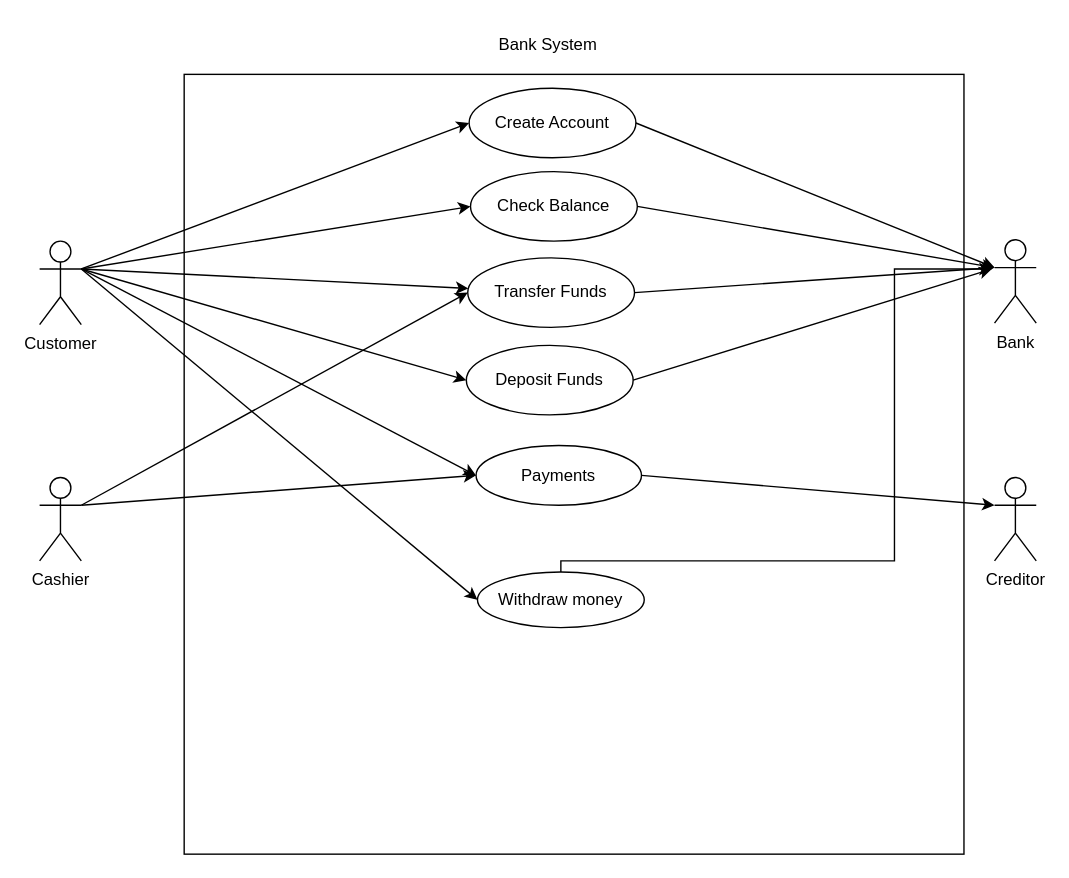
Before: Usecase_Exam.drawio in nguyencaohieu26/AWD_13-9-2022, a draw.io diagram. Source tidied: cells renumbered, new cells numbered last; positions are measured from the earlier drawing's top-left corner, leaving out a move shared by most shapes. Both pictures are drawn from the tidied source at 139%, with x=0, y=0 at pixel (39, 24).
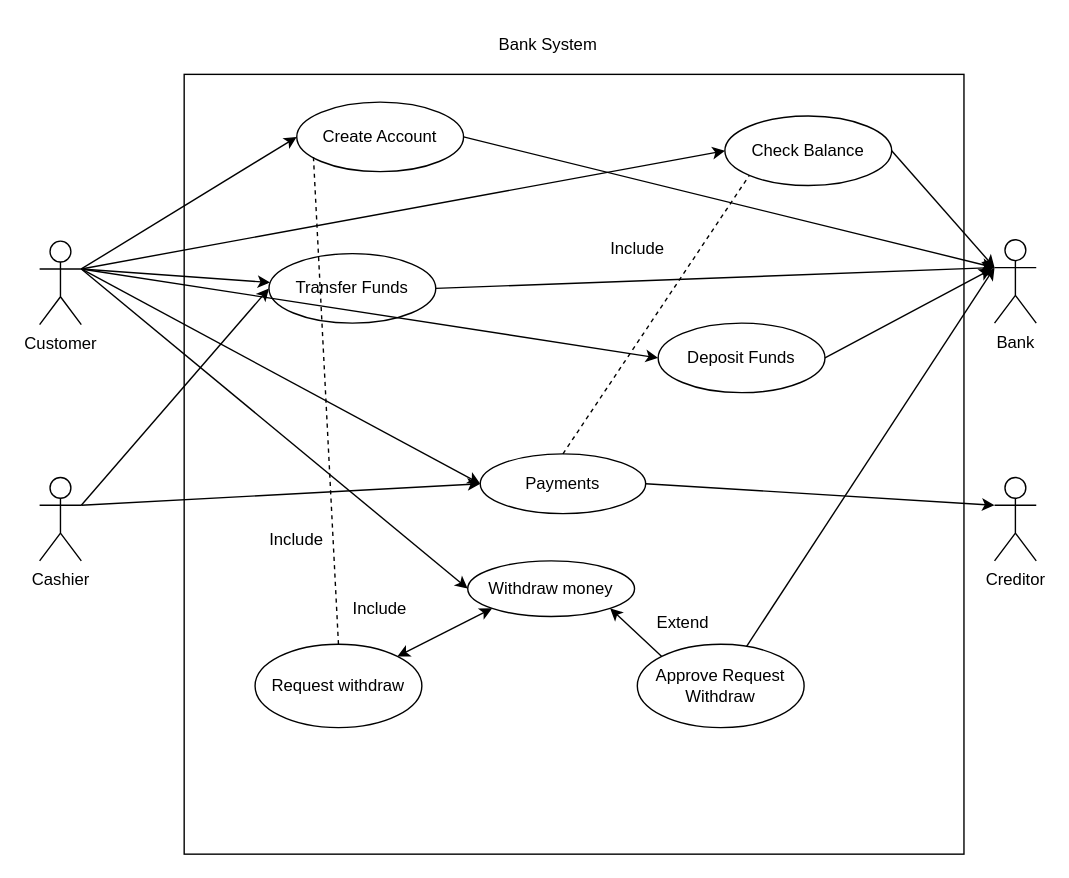
After the change.

Commit message (it also covers changes not shown here):
Cập nhật Usecase_Exam.drawio

Unchanged cells that the change refers to:
```xml
<mxCell id="5" value="Bank" style="shape=umlActor;verticalLabelPosition=bottom;verticalAlign=top;html=1;outlineConnect=0;" parent="1" vertex="1">
  <mxGeometry x="687" y="155" width="30" height="60" as="geometry" />
</mxCell>
```

Diff of the diagram source:
```diff
@@
     <mxCell id="4" value="Create Account" style="ellipse;whiteSpace=wrap;html=1;" parent="1" vertex="1">
-      <mxGeometry x="309" y="46" width="120" height="50" as="geometry" />
+      <mxGeometry x="185" y="56" width="120" height="50" as="geometry" />
     </mxCell>
@@
     <mxCell id="9" value="Check Balance" style="ellipse;whiteSpace=wrap;html=1;" parent="1" vertex="1">
-      <mxGeometry x="310" y="106" width="120" height="50" as="geometry" />
+      <mxGeometry x="493" y="66" width="120" height="50" as="geometry" />
     </mxCell>
@@
     <mxCell id="12" value="Transfer Funds" style="ellipse;whiteSpace=wrap;html=1;" parent="1" vertex="1">
-      <mxGeometry x="308" y="168" width="120" height="50" as="geometry" />
+      <mxGeometry x="165" y="165" width="120" height="50" as="geometry" />
     </mxCell>
     <mxCell id="13" value="Deposit Funds" style="ellipse;whiteSpace=wrap;html=1;" parent="1" vertex="1">
-      <mxGeometry x="307" y="231" width="120" height="50" as="geometry" />
+      <mxGeometry x="445" y="215" width="120" height="50" as="geometry" />
     </mxCell>
@@
     <mxCell id="20" value="Payments" style="ellipse;whiteSpace=wrap;html=1;" parent="1" vertex="1">
-      <mxGeometry x="314" y="303" width="119" height="43" as="geometry" />
+      <mxGeometry x="317" y="309" width="119" height="43" as="geometry" />
     </mxCell>
@@
-    <mxCell id="25" style="edgeStyle=orthogonalEdgeStyle;rounded=0;jettySize=auto;html=1;" parent="1" edge="1" source="26">
-      <mxGeometry relative="1" as="geometry">
-        <mxPoint x="685" y="176" as="targetPoint" />
-        <Array as="points">
-          <mxPoint x="615" y="386" />
-          <mxPoint x="615" y="176" />
-        </Array>
-      </mxGeometry>
-    </mxCell>
     <mxCell id="26" value="Withdraw money" style="ellipse;whiteSpace=wrap;html=1;" parent="1" vertex="1">
-      <mxGeometry x="315" y="394" width="120" height="40" as="geometry" />
+      <mxGeometry x="308" y="386" width="120" height="40" as="geometry" />
     </mxCell>
@@
+    <mxCell id="28" style="endArrow=classic;startArrow=classic;html=1;rounded=0;exitX=0;exitY=1;exitDx=0;exitDy=0;" parent="1" edge="1" source="26" target="29">
+      <mxGeometry relative="1" as="geometry" />
+    </mxCell>
+    <mxCell id="29" value="Request withdraw" style="ellipse;whiteSpace=wrap;html=1;" parent="1" vertex="1">
+      <mxGeometry x="155" y="446" width="120" height="60" as="geometry" />
+    </mxCell>
+    <mxCell id="30" value="Approve Request Withdraw" style="ellipse;whiteSpace=wrap;html=1;" parent="1" vertex="1">
+      <mxGeometry x="430" y="446" width="120" height="60" as="geometry" />
+    </mxCell>
+    <mxCell id="31" style="endArrow=classic;html=1;rounded=0;exitX=0;exitY=0;exitDx=0;exitDy=0;entryX=1;entryY=1;entryDx=0;entryDy=0;" parent="1" edge="1" source="30" target="26">
+      <mxGeometry relative="1" as="geometry" />
+    </mxCell>
+    <mxCell id="32" value="Extend" style="text;html=1;strokeColor=none;fillColor=none;align=center;verticalAlign=middle;whiteSpace=wrap;rounded=0;" parent="1" vertex="1">
+      <mxGeometry x="433" y="416" width="60" height="30" as="geometry" />
+    </mxCell>
+    <mxCell id="33" value="Include" style="text;html=1;strokeColor=none;fillColor=none;align=center;verticalAlign=middle;whiteSpace=wrap;rounded=0;" parent="1" vertex="1">
+      <mxGeometry x="215" y="406" width="60" height="30" as="geometry" />
+    </mxCell>
+    <mxCell id="34" style="endArrow=none;dashed=1;html=1;rounded=0;exitX=0.5;exitY=0;exitDx=0;exitDy=0;entryX=0.1;entryY=0.788;entryDx=0;entryDy=0;entryPerimeter=0;" parent="1" edge="1" source="29" target="4">
+      <mxGeometry relative="1" as="geometry" />
+    </mxCell>
+    <mxCell id="35" value="Include" style="text;html=1;strokeColor=none;fillColor=none;align=center;verticalAlign=middle;whiteSpace=wrap;rounded=0;" parent="1" vertex="1">
+      <mxGeometry x="155" y="356" width="60" height="30" as="geometry" />
+    </mxCell>
+    <mxCell id="36" style="endArrow=classic;html=1;rounded=0;entryX=0;entryY=0.3333333333333333;entryDx=0;entryDy=0;entryPerimeter=0;" parent="1" edge="1" source="30" target="5">
+      <mxGeometry relative="1" as="geometry" />
+    </mxCell>
+    <mxCell id="37" style="endArrow=none;dashed=1;html=1;rounded=0;entryX=0;entryY=1;entryDx=0;entryDy=0;exitX=0.5;exitY=0;exitDx=0;exitDy=0;" parent="1" edge="1" source="20" target="9">
+      <mxGeometry relative="1" as="geometry" />
+    </mxCell>
+    <mxCell id="38" value="Include" style="text;strokeColor=none;fillColor=none;align=left;verticalAlign=middle;spacingLeft=4;spacingRight=4;overflow=hidden;" parent="1" vertex="1">
+      <mxGeometry x="405" y="146" width="80" height="30" as="geometry" />
+    </mxCell>
```
